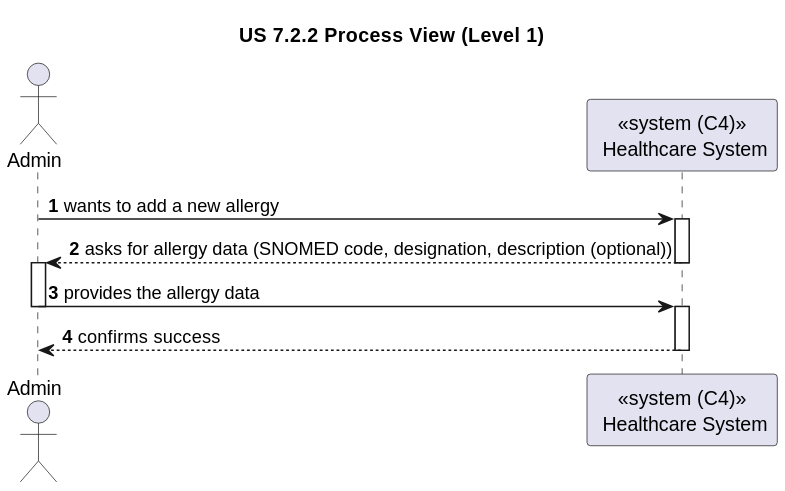
Above: docs/sprint-3/1220683/us-7.2.2/Process_View/Level-1/us7.2.2-process-view-lvl1.svg in rita-barbosa/LAPR5-2425 (PlantUML), before the change. Its diagram source:
```plantuml
@startuml

title "US 7.2.2 Process View (Level 1)"

autonumber

actor "Admin" as BACK
participant "<<system (C4)>>\n Healthcare System" as SYS

BACK -> SYS : wants to add a new allergy
activate SYS

SYS --> BACK : asks for allergy data (SNOMED code, designation, description (optional))
deactivate SYS
activate BACK

BACK -> SYS : provides the allergy data
deactivate BACK
activate SYS

SYS --> BACK : confirms success
deactivate SYS
@enduml
```
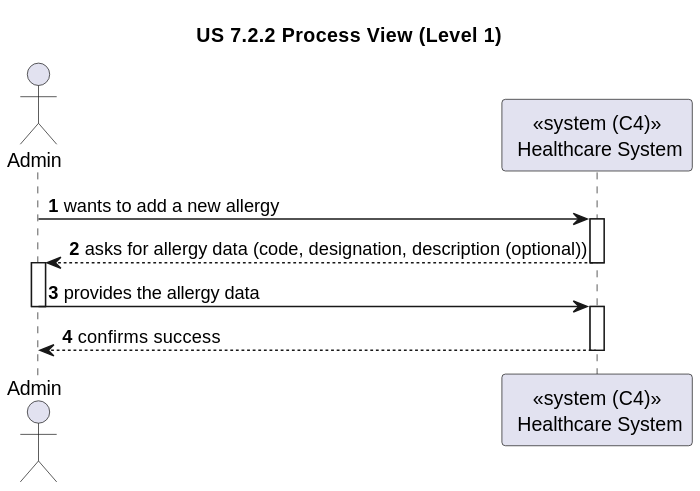
The same diagram one commit later.

Change to the diagram source:
```diff
@@ -10,7 +10,7 @@
 BACK -> SYS : wants to add a new allergy
 activate SYS
 
-SYS --> BACK : asks for allergy data (SNOMED code, designation, description (optional))
+SYS --> BACK : asks for allergy data (code, designation, description (optional))
 deactivate SYS
 activate BACK
 
```
